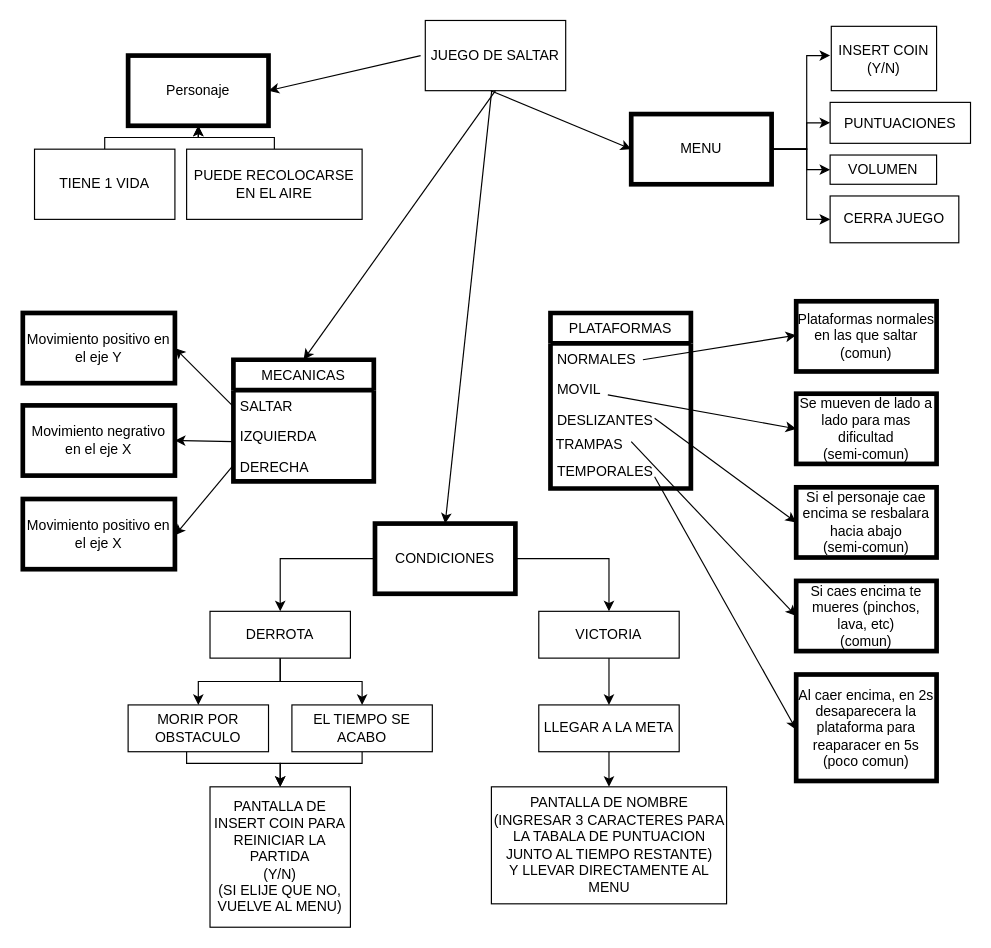
This is GAME FLOW.drawio from Zerg38/Game_Jam_Nazis, a draw.io file, before an edit. Source tidied: cells renumbered, new cells numbered last; positions are measured from the earlier drawing's top-left corner, leaving out a move shared by most shapes. Both pictures are drawn from the tidied source at 117%, with x=0, y=0 at pixel (22, 20).
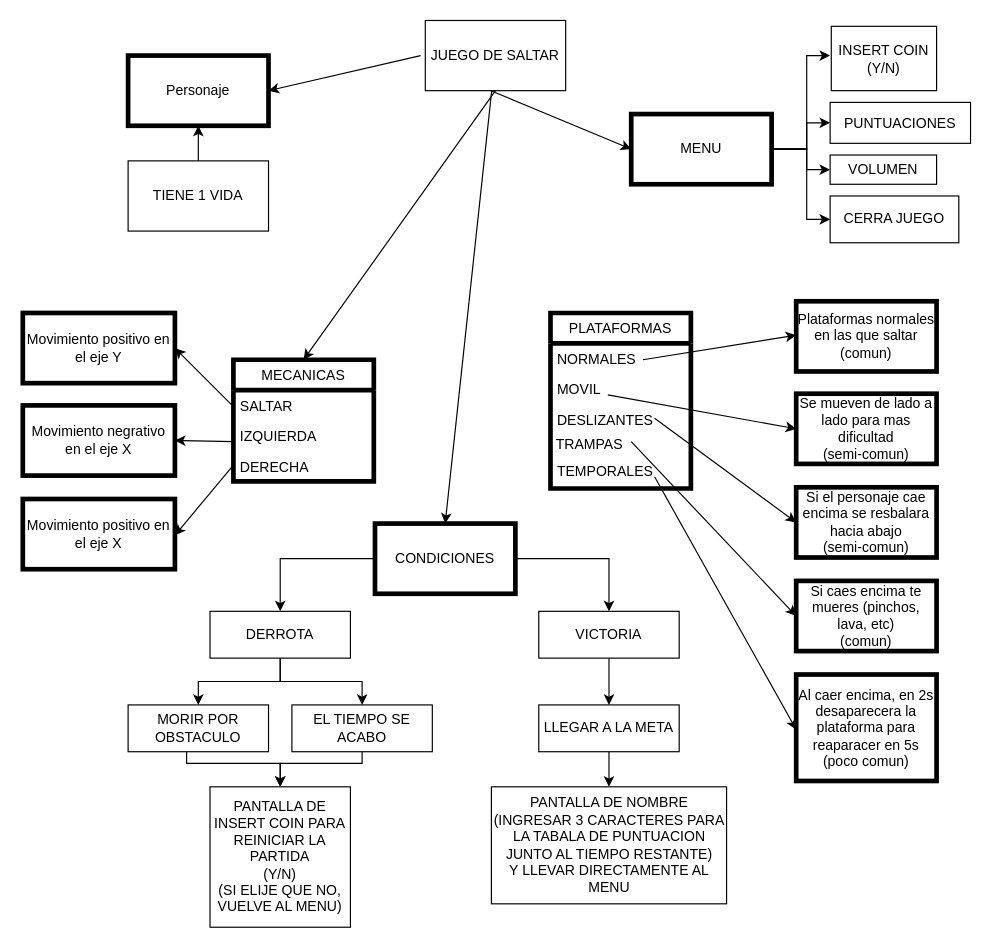
Above is the later version.

Unchanged cells that the change refers to:
```xml
<mxCell id="31" value="Personaje" style="rounded=0;whiteSpace=wrap;html=1;strokeWidth=4;" parent="1" vertex="1">
  <mxGeometry x="90" y="30" width="120" height="60" as="geometry" />
</mxCell>
```

Diff of the diagram source:
```diff
@@
-    <mxCell id="32" style="edgeStyle=orthogonalEdgeStyle;rounded=0;jettySize=auto;html=1;entryX=0.5;entryY=1;entryDx=0;entryDy=0;" parent="1" edge="1" source="33" target="31">
-      <mxGeometry relative="1" as="geometry">
-        <Array as="points">
-          <mxPoint x="70" y="100" />
-          <mxPoint x="150" y="100" />
-        </Array>
-      </mxGeometry>
+    <mxCell id="32" style="rounded=0;jettySize=auto;html=1;entryX=0.5;entryY=1;entryDx=0;entryDy=0;exitX=0.5;exitY=0;exitDx=0;exitDy=0;" parent="1" edge="1" source="33" target="31">
+      <mxGeometry relative="1" as="geometry" />
     </mxCell>
     <mxCell id="33" value="TIENE 1 VIDA" style="rounded=0;whiteSpace=wrap;html=1;strokeWidth=1;" parent="1" vertex="1">
-      <mxGeometry x="10" y="110" width="120" height="60" as="geometry" />
+      <mxGeometry x="90" y="120" width="120" height="60" as="geometry" />
     </mxCell>
-    <mxCell id="34" style="edgeStyle=orthogonalEdgeStyle;rounded=0;jettySize=auto;html=1;" parent="1" edge="1" source="35">
-      <mxGeometry relative="1" as="geometry">
-        <mxPoint x="150" y="90" as="targetPoint" />
-        <Array as="points">
-          <mxPoint x="215" y="100" />
-          <mxPoint x="150" y="100" />
-        </Array>
-      </mxGeometry>
-    </mxCell>
-    <mxCell id="35" value="PUEDE RECOLOCARSE EN EL AIRE" style="rounded=0;whiteSpace=wrap;html=1;strokeWidth=1;" parent="1" vertex="1">
-      <mxGeometry x="140" y="110" width="150" height="60" as="geometry" />
-    </mxCell>
```
